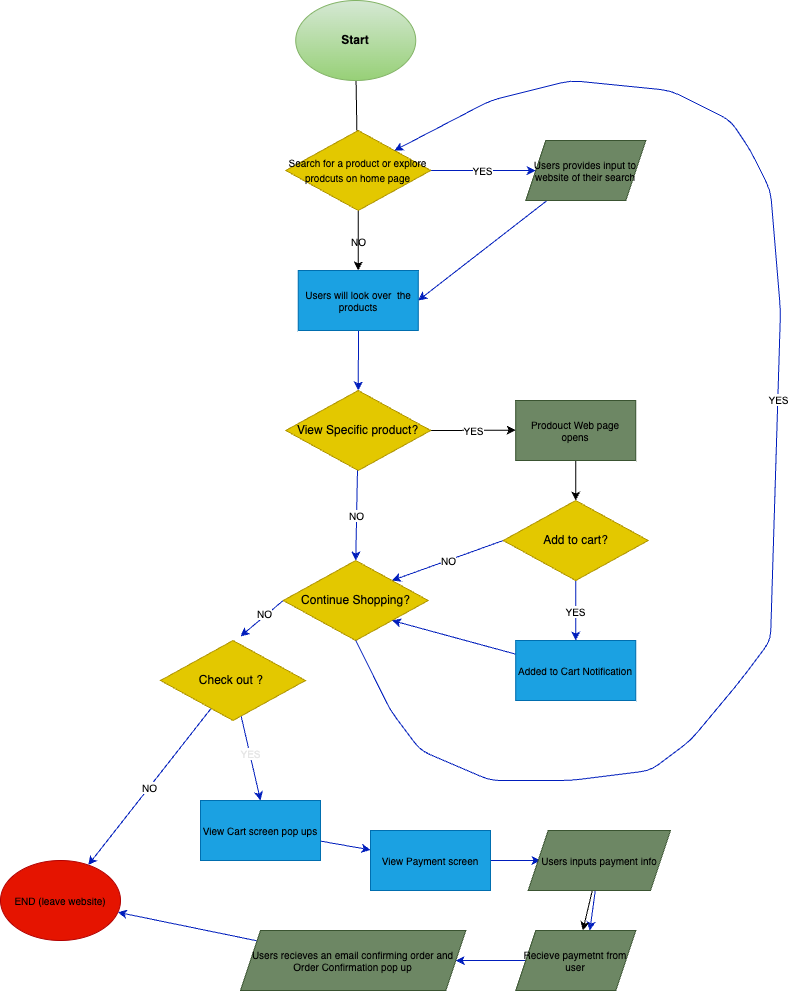
The draw.io diagram explore/diagramming/diagram.drawio.png in ulises0516/sp24-cse110-lab4-, before a commit. Source tidied: cells renumbered, new cells last; positions are measured from the earlier drawing's top-left corner, leaving out a move shared by most shapes.
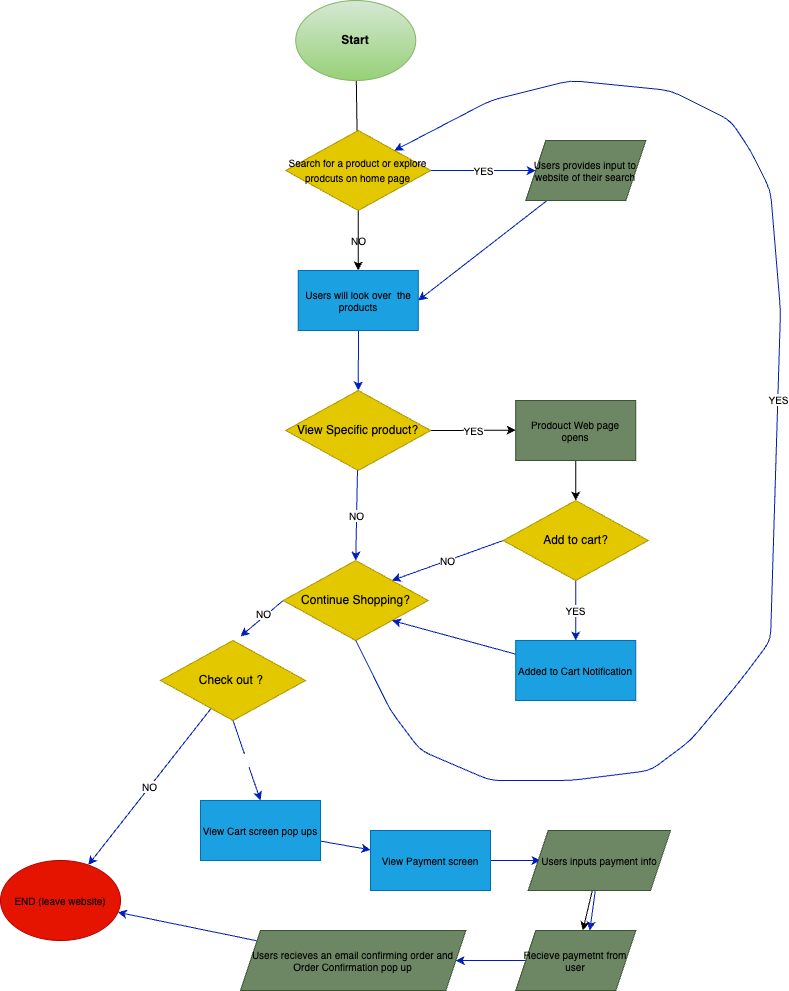
The same diagram one commit later.

Commit message:
changd color

The edit, as a diff of the source:
```diff
@@ -82,11 +82,8 @@
     <mxCell id="25" value="NO" style="edgeStyle=none;html=1;fontSize=10;fillColor=#0050ef;strokeColor=#001DBC;" parent="1" edge="1" source="28" target="31">
       <mxGeometry relative="1" as="geometry" />
     </mxCell>
-    <mxCell id="26" style="edgeStyle=none;html=1;fontSize=10;fontColor=#66FFB3;entryX=0.5;entryY=0;entryDx=0;entryDy=0;fillColor=#0050ef;strokeColor=#001DBC;" parent="1" edge="1" source="28" target="33">
-      <mxGeometry relative="1" as="geometry" />
-    </mxCell>
-    <mxCell id="27" value="&lt;font color=&quot;#e6e6e6&quot;&gt;YES&lt;/font&gt;" style="edgeLabel;html=1;align=center;verticalAlign=middle;fontSize=10;fontColor=#66FFB3;" parent="26" vertex="1">
-      <mxGeometry x="-0.14" relative="1" as="geometry" />
+    <mxCell id="27" value="&lt;font color=&quot;#ffffff&quot;&gt;YES&lt;/font&gt;" style="edgeStyle=none;html=1;exitX=0.5;exitY=1;exitDx=0;exitDy=0;entryX=0.5;entryY=0;entryDx=0;entryDy=0;fontColor=#E6E6E6;fillColor=#0050ef;strokeColor=#001DBC;" parent="1" edge="1" source="28" target="33">
+      <mxGeometry relative="1" as="geometry" />
     </mxCell>
     <mxCell id="28" value="Check out ?&amp;nbsp;" style="rhombus;whiteSpace=wrap;html=1;rotation=0;fillColor=#e3c800;fontColor=#000000;strokeColor=#B09500;" parent="1" vertex="1">
       <mxGeometry x="160" y="640" width="145" height="80" as="geometry" />
```
